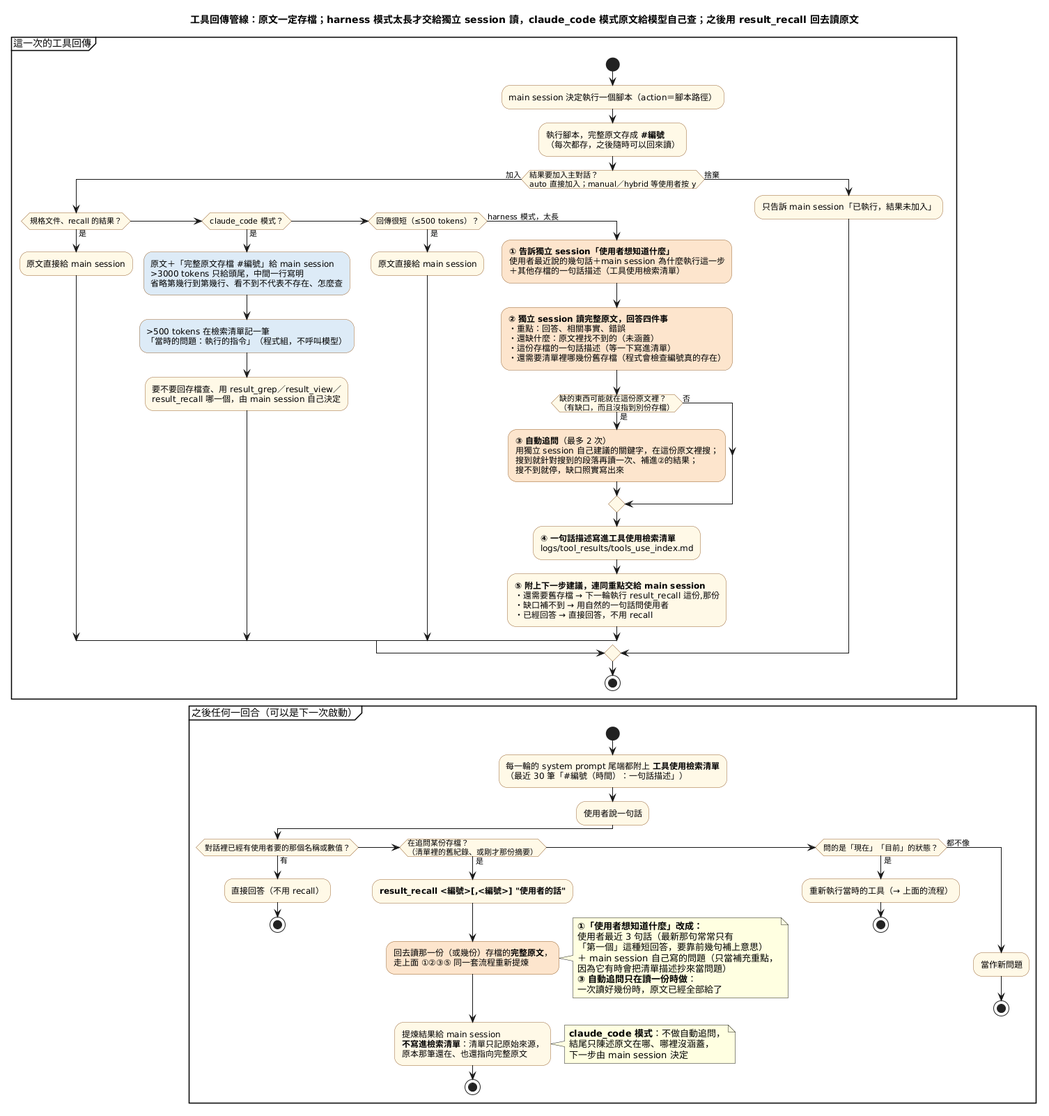
Above: doc/images/AI_agent_harness的工具回傳管線.png in DavidZox/AI_agent_harness (PlantUML), before the change.
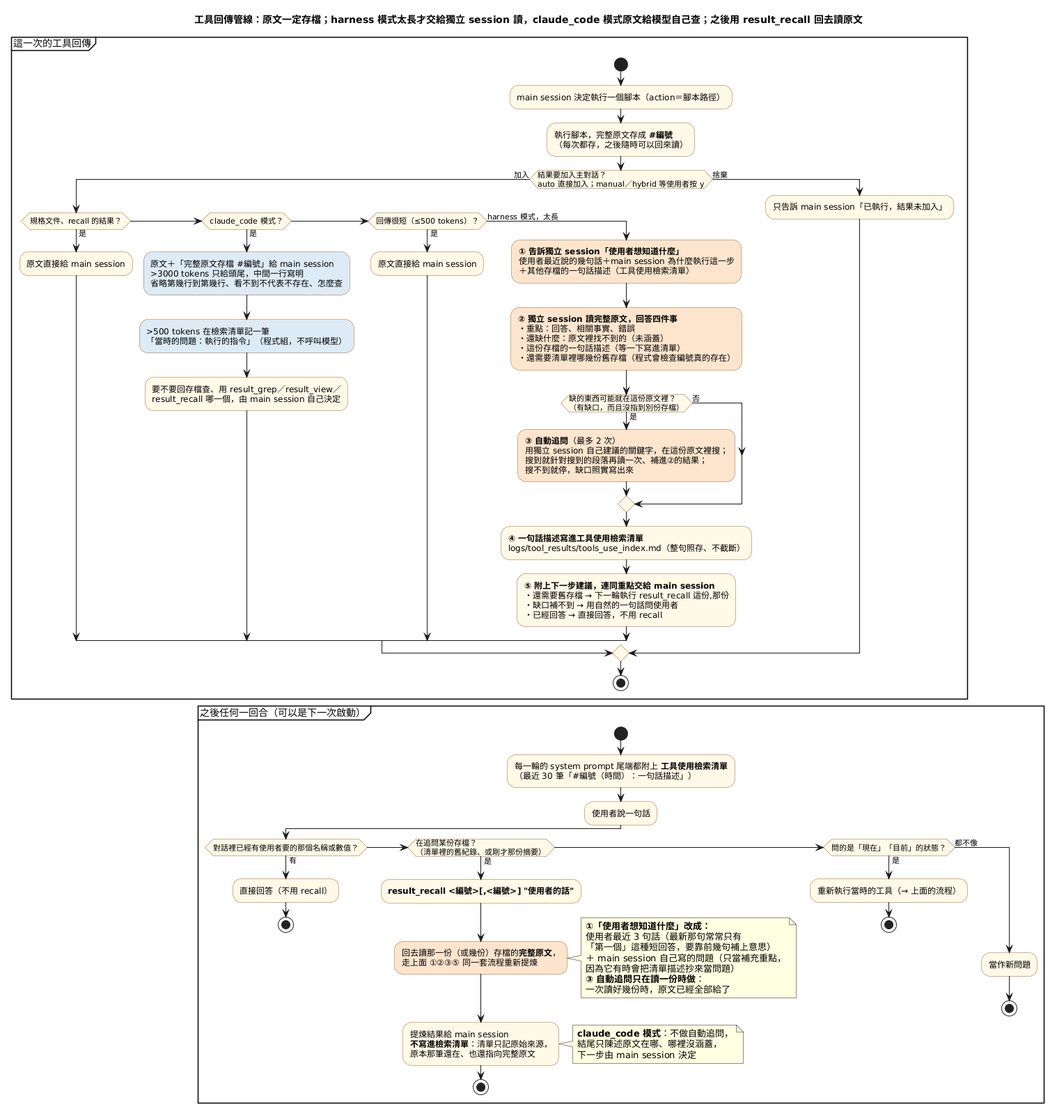
The same diagram one commit later.

What changed in the source:
```diff
@@ -44,7 +44,7 @@
     else (否)
     endif
     :**④ 一句話描述寫進工具使用檢索清單**
-logs/tool_results/tools_use_index.md;
+logs/tool_results/tools_use_index.md（整句照存、不截斷）;
     :**⑤ 附上下一步建議，連同重點交給 main session**
 ・還需要舊存檔 → 下一輪執行 result_recall 這份,那份
 ・缺口補不到 → 用自然的一句話問使用者
```
